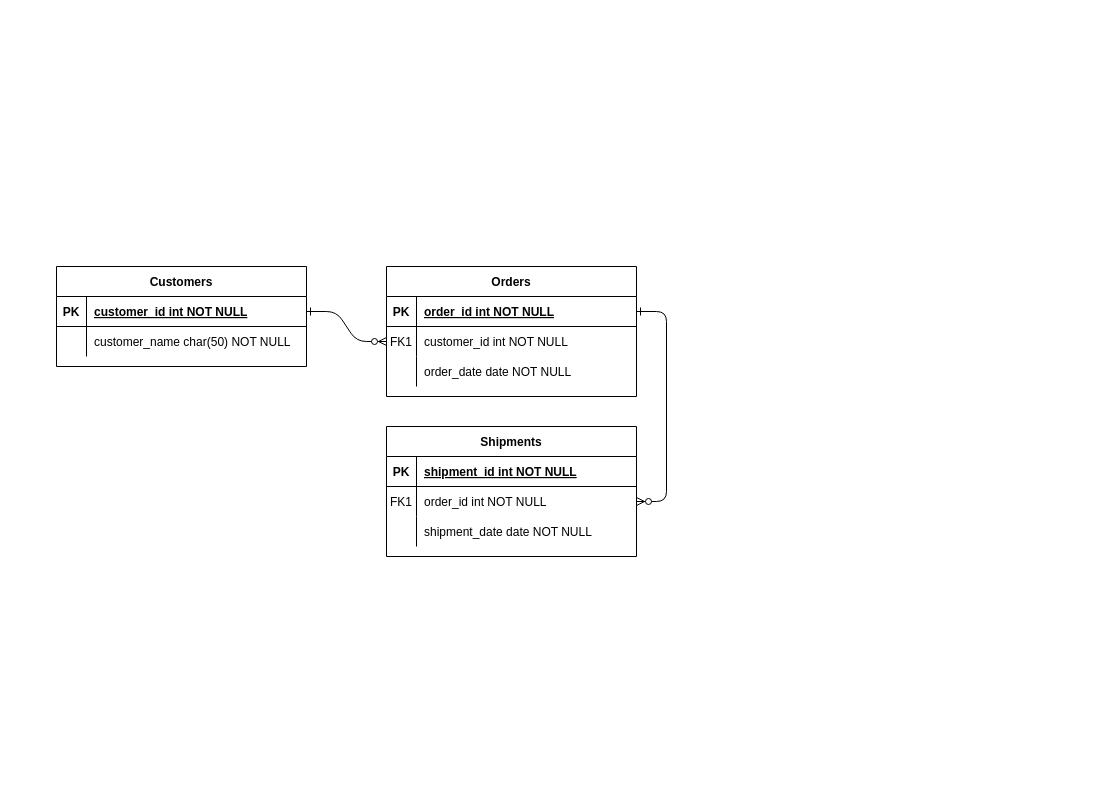
Earlier version of the draw.io diagram server/Untitled Diagram.drawio (xi-jjun/baekjoon-recommender). Source tidied: cells renumbered, new cells numbered last; positions are measured from the earlier drawing's top-left corner, leaving out a move shared by most shapes. Both pictures are drawn from the tidied source at 100%, with x=0, y=0 at pixel (56, 266).
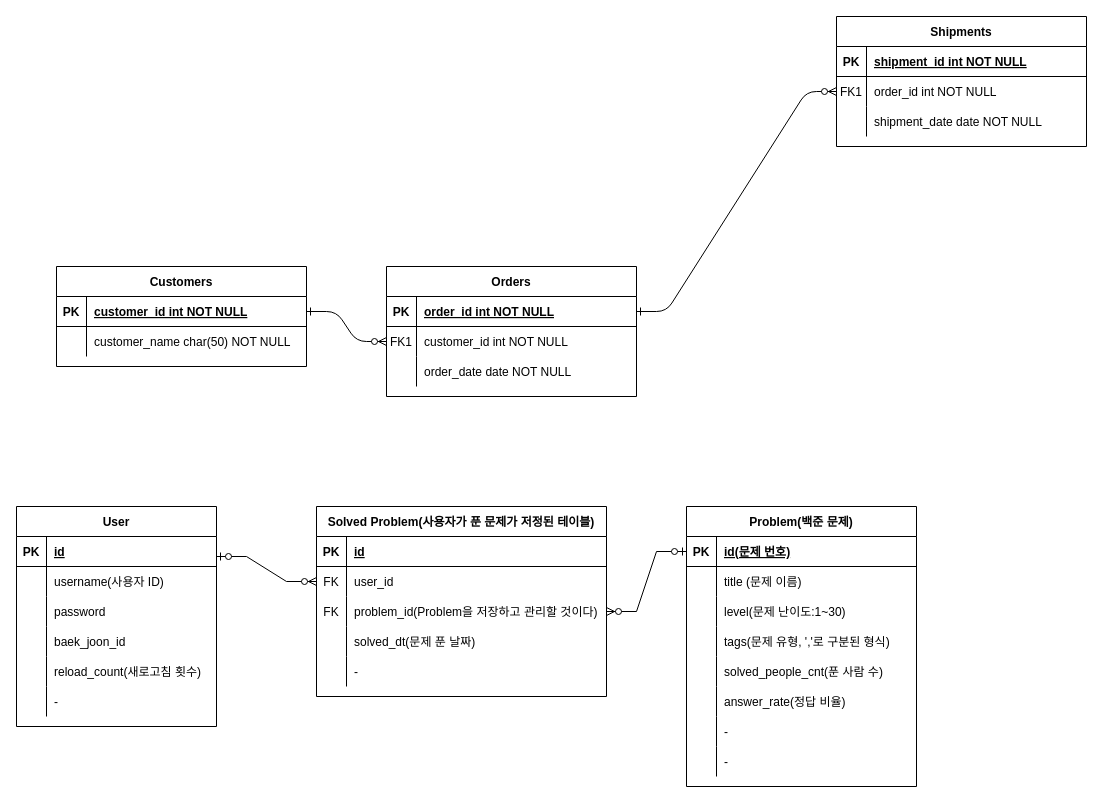
Above is the later version.

Commit message:
[추가] User, Problem, Solved_Problem Entity table 추가

Diff of the diagram source:
```diff
@@
     <mxCell id="14" value="Shipments" style="shape=table;startSize=30;childLayout=tableLayout;rowLines=0;fontStyle=1;align=center;" parent="1" vertex="1">
-      <mxGeometry x="330" y="160" width="250" height="130" as="geometry" />
+      <mxGeometry x="780" y="-250" width="250" height="130" as="geometry" />
     </mxCell>
@@
+    <mxCell id="31" value="User" style="shape=table;startSize=30;childLayout=tableLayout;rowLines=0;fontStyle=1;align=center;" parent="1" vertex="1">
+      <mxGeometry x="-40" y="240" width="200" height="220" as="geometry" />
+    </mxCell>
+    <mxCell id="32" style="shape=tableRow;horizontal=0;startSize=0;swimlaneHead=0;swimlaneBody=0;fillColor=none;top=0;left=0;right=0;bottom=1;" parent="31" vertex="1">
+      <mxGeometry y="30" width="200" height="30" as="geometry" />
+    </mxCell>
+    <mxCell id="33" value="PK" style="shape=partialRectangle;fillColor=none;top=0;left=0;bottom=0;right=0;fontStyle=1;overflow=hidden;" parent="32" vertex="1">
+      <mxGeometry width="30" height="30" as="geometry" />
+    </mxCell>
+    <mxCell id="34" value="id" style="shape=partialRectangle;fillColor=none;top=0;left=0;bottom=0;right=0;align=left;spacingLeft=6;fontStyle=5;overflow=hidden;" parent="32" vertex="1">
+      <mxGeometry x="30" width="170" height="30" as="geometry" />
+    </mxCell>
+    <mxCell id="35" style="shape=tableRow;horizontal=0;startSize=0;swimlaneHead=0;swimlaneBody=0;fillColor=none;top=0;left=0;right=0;bottom=0;" parent="31" vertex="1">
+      <mxGeometry y="60" width="200" height="30" as="geometry" />
+    </mxCell>
+    <mxCell id="36" style="shape=partialRectangle;fillColor=none;top=0;left=0;bottom=0;right=0;overflow=hidden;" parent="35" vertex="1">
+      <mxGeometry width="30" height="30" as="geometry" />
+    </mxCell>
+    <mxCell id="37" value="username(사용자 ID)" style="shape=partialRectangle;fillColor=none;top=0;left=0;bottom=0;right=0;align=left;spacingLeft=6;overflow=hidden;" parent="35" vertex="1">
+      <mxGeometry x="30" width="170" height="30" as="geometry" />
+    </mxCell>
+    <mxCell id="38" style="shape=tableRow;horizontal=0;startSize=0;swimlaneHead=0;swimlaneBody=0;fillColor=none;top=0;left=0;right=0;bottom=0;" parent="31" vertex="1">
+      <mxGeometry y="90" width="200" height="30" as="geometry" />
+    </mxCell>
+    <mxCell id="39" style="shape=partialRectangle;fillColor=none;top=0;left=0;bottom=0;right=0;overflow=hidden;" parent="38" vertex="1">
+      <mxGeometry width="30" height="30" as="geometry" />
+    </mxCell>
+    <mxCell id="40" value="password" style="shape=partialRectangle;fillColor=none;top=0;left=0;bottom=0;right=0;align=left;spacingLeft=6;overflow=hidden;" parent="38" vertex="1">
+      <mxGeometry x="30" width="170" height="30" as="geometry" />
+    </mxCell>
+    <mxCell id="41" style="shape=tableRow;horizontal=0;startSize=0;swimlaneHead=0;swimlaneBody=0;fillColor=none;top=0;left=0;right=0;bottom=0;" parent="31" vertex="1">
+      <mxGeometry y="120" width="200" height="30" as="geometry" />
+    </mxCell>
+    <mxCell id="42" style="shape=partialRectangle;fillColor=none;top=0;left=0;bottom=0;right=0;overflow=hidden;" parent="41" vertex="1">
+      <mxGeometry width="30" height="30" as="geometry" />
+    </mxCell>
+    <mxCell id="43" value="baek_joon_id" style="shape=partialRectangle;fillColor=none;top=0;left=0;bottom=0;right=0;align=left;spacingLeft=6;overflow=hidden;" parent="41" vertex="1">
+      <mxGeometry x="30" width="170" height="30" as="geometry" />
+    </mxCell>
+    <mxCell id="44" style="shape=tableRow;horizontal=0;startSize=0;swimlaneHead=0;swimlaneBody=0;fillColor=none;top=0;left=0;right=0;bottom=0;" parent="31" vertex="1">
+      <mxGeometry y="150" width="200" height="30" as="geometry" />
+    </mxCell>
+    <mxCell id="45" style="shape=partialRectangle;fillColor=none;top=0;left=0;bottom=0;right=0;overflow=hidden;" parent="44" vertex="1">
+      <mxGeometry width="30" height="30" as="geometry" />
+    </mxCell>
+    <mxCell id="46" value="reload_count(새로고침 횟수)" style="shape=partialRectangle;fillColor=none;top=0;left=0;bottom=0;right=0;align=left;spacingLeft=6;overflow=hidden;" parent="44" vertex="1">
+      <mxGeometry x="30" width="170" height="30" as="geometry" />
+    </mxCell>
+    <mxCell id="47" style="shape=tableRow;horizontal=0;startSize=0;swimlaneHead=0;swimlaneBody=0;fillColor=none;top=0;left=0;right=0;bottom=0;" parent="31" vertex="1">
+      <mxGeometry y="180" width="200" height="30" as="geometry" />
+    </mxCell>
+    <mxCell id="48" style="shape=partialRectangle;fillColor=none;top=0;left=0;bottom=0;right=0;overflow=hidden;" parent="47" vertex="1">
+      <mxGeometry width="30" height="30" as="geometry" />
+    </mxCell>
+    <mxCell id="49" value="-" style="shape=partialRectangle;fillColor=none;top=0;left=0;bottom=0;right=0;align=left;spacingLeft=6;overflow=hidden;" parent="47" vertex="1">
+      <mxGeometry x="30" width="170" height="30" as="geometry" />
+    </mxCell>
+    <mxCell id="50" value="Problem(백준 문제)" style="shape=table;startSize=30;childLayout=tableLayout;rowLines=0;fontStyle=1;align=center;" parent="1" vertex="1">
+      <mxGeometry x="630" y="240" width="230" height="280" as="geometry" />
+    </mxCell>
+    <mxCell id="51" style="shape=tableRow;horizontal=0;startSize=0;swimlaneHead=0;swimlaneBody=0;fillColor=none;points=[[0,0.5],[1,0.5]];portConstraint=eastwest;top=0;left=0;right=0;bottom=1;" parent="50" vertex="1">
+      <mxGeometry y="30" width="230" height="30" as="geometry" />
+    </mxCell>
+    <mxCell id="52" value="PK" style="shape=partialRectangle;fillColor=none;top=0;left=0;bottom=0;right=0;fontStyle=1;overflow=hidden;" parent="51" vertex="1">
+      <mxGeometry width="30" height="30" as="geometry" />
+    </mxCell>
+    <mxCell id="53" value="id(문제 번호)" style="shape=partialRectangle;fillColor=none;top=0;left=0;bottom=0;right=0;align=left;spacingLeft=6;fontStyle=5;overflow=hidden;" parent="51" vertex="1">
+      <mxGeometry x="30" width="200" height="30" as="geometry" />
+    </mxCell>
+    <mxCell id="54" style="shape=tableRow;horizontal=0;startSize=0;swimlaneHead=0;swimlaneBody=0;fillColor=none;top=0;left=0;right=0;bottom=0;" parent="50" vertex="1">
+      <mxGeometry y="60" width="230" height="30" as="geometry" />
+    </mxCell>
+    <mxCell id="55" style="shape=partialRectangle;fillColor=none;top=0;left=0;bottom=0;right=0;overflow=hidden;" parent="54" vertex="1">
+      <mxGeometry width="30" height="30" as="geometry" />
+    </mxCell>
+    <mxCell id="56" value="title (문제 이름)" style="shape=partialRectangle;fillColor=none;top=0;left=0;bottom=0;right=0;align=left;spacingLeft=6;overflow=hidden;" parent="54" vertex="1">
+      <mxGeometry x="30" width="200" height="30" as="geometry" />
+    </mxCell>
+    <mxCell id="57" style="shape=tableRow;horizontal=0;startSize=0;swimlaneHead=0;swimlaneBody=0;fillColor=none;top=0;left=0;right=0;bottom=0;" parent="50" vertex="1">
+      <mxGeometry y="90" width="230" height="30" as="geometry" />
+    </mxCell>
+    <mxCell id="58" style="shape=partialRectangle;fillColor=none;top=0;left=0;bottom=0;right=0;overflow=hidden;" parent="57" vertex="1">
+      <mxGeometry width="30" height="30" as="geometry" />
+    </mxCell>
+    <mxCell id="59" value="level(문제 난이도:1~30)" style="shape=partialRectangle;fillColor=none;top=0;left=0;bottom=0;right=0;align=left;spacingLeft=6;overflow=hidden;" parent="57" vertex="1">
+      <mxGeometry x="30" width="200" height="30" as="geometry" />
+    </mxCell>
+    <mxCell id="60" style="shape=tableRow;horizontal=0;startSize=0;swimlaneHead=0;swimlaneBody=0;fillColor=none;top=0;left=0;right=0;bottom=0;" parent="50" vertex="1">
+      <mxGeometry y="120" width="230" height="30" as="geometry" />
+    </mxCell>
+    <mxCell id="61" style="shape=partialRectangle;fillColor=none;top=0;left=0;bottom=0;right=0;overflow=hidden;" parent="60" vertex="1">
+      <mxGeometry width="30" height="30" as="geometry" />
+    </mxCell>
+    <mxCell id="62" value="tags(문제 유형, ','로 구분된 형식)" style="shape=partialRectangle;fillColor=none;top=0;left=0;bottom=0;right=0;align=left;spacingLeft=6;overflow=hidden;" parent="60" vertex="1">
+      <mxGeometry x="30" width="200" height="30" as="geometry" />
+    </mxCell>
+    <mxCell id="63" style="shape=tableRow;horizontal=0;startSize=0;swimlaneHead=0;swimlaneBody=0;fillColor=none;top=0;left=0;right=0;bottom=0;" parent="50" vertex="1">
+      <mxGeometry y="150" width="230" height="30" as="geometry" />
+    </mxCell>
+    <mxCell id="64" style="shape=partialRectangle;fillColor=none;top=0;left=0;bottom=0;right=0;overflow=hidden;" parent="63" vertex="1">
+      <mxGeometry width="30" height="30" as="geometry" />
+    </mxCell>
+    <mxCell id="65" value="solved_people_cnt(푼 사람 수)" style="shape=partialRectangle;fillColor=none;top=0;left=0;bottom=0;right=0;align=left;spacingLeft=6;overflow=hidden;" parent="63" vertex="1">
+      <mxGeometry x="30" width="200" height="30" as="geometry" />
+    </mxCell>
+    <mxCell id="66" style="shape=tableRow;horizontal=0;startSize=0;swimlaneHead=0;swimlaneBody=0;fillColor=none;top=0;left=0;right=0;bottom=0;" parent="50" vertex="1">
+      <mxGeometry y="180" width="230" height="30" as="geometry" />
+    </mxCell>
+    <mxCell id="67" style="shape=partialRectangle;fillColor=none;top=0;left=0;bottom=0;right=0;overflow=hidden;" parent="66" vertex="1">
+      <mxGeometry width="30" height="30" as="geometry" />
+    </mxCell>
+    <mxCell id="68" value="answer_rate(정답 비율)" style="shape=partialRectangle;fillColor=none;top=0;left=0;bottom=0;right=0;align=left;spacingLeft=6;overflow=hidden;" parent="66" vertex="1">
+      <mxGeometry x="30" width="200" height="30" as="geometry" />
+    </mxCell>
+    <mxCell id="69" style="shape=tableRow;horizontal=0;startSize=0;swimlaneHead=0;swimlaneBody=0;fillColor=none;top=0;left=0;right=0;bottom=0;" parent="50" vertex="1">
+      <mxGeometry y="210" width="230" height="30" as="geometry" />
+    </mxCell>
+    <mxCell id="70" style="shape=partialRectangle;fillColor=none;top=0;left=0;bottom=0;right=0;overflow=hidden;" parent="69" vertex="1">
+      <mxGeometry width="30" height="30" as="geometry" />
+    </mxCell>
+    <mxCell id="71" value="-" style="shape=partialRectangle;fillColor=none;top=0;left=0;bottom=0;right=0;align=left;spacingLeft=6;overflow=hidden;" parent="69" vertex="1">
+      <mxGeometry x="30" width="200" height="30" as="geometry" />
+    </mxCell>
+    <mxCell id="72" style="shape=tableRow;horizontal=0;startSize=0;swimlaneHead=0;swimlaneBody=0;fillColor=none;top=0;left=0;right=0;bottom=0;" parent="50" vertex="1">
+      <mxGeometry y="240" width="230" height="30" as="geometry" />
+    </mxCell>
+    <mxCell id="73" style="shape=partialRectangle;fillColor=none;top=0;left=0;bottom=0;right=0;overflow=hidden;" parent="72" vertex="1">
+      <mxGeometry width="30" height="30" as="geometry" />
+    </mxCell>
+    <mxCell id="74" value="-" style="shape=partialRectangle;fillColor=none;top=0;left=0;bottom=0;right=0;align=left;spacingLeft=6;overflow=hidden;" parent="72" vertex="1">
+      <mxGeometry x="30" width="200" height="30" as="geometry" />
+    </mxCell>
+    <mxCell id="75" value="Solved Problem(사용자가 푼 문제가 저정된 테이블)" style="shape=table;startSize=30;childLayout=tableLayout;rowLines=0;fontStyle=1;align=center;" parent="1" vertex="1">
+      <mxGeometry x="260" y="240" width="290" height="190" as="geometry" />
+    </mxCell>
+    <mxCell id="76" style="shape=tableRow;horizontal=0;startSize=0;swimlaneHead=0;swimlaneBody=0;fillColor=none;top=0;left=0;right=0;bottom=1;" parent="75" vertex="1">
+      <mxGeometry y="30" width="290" height="30" as="geometry" />
+    </mxCell>
+    <mxCell id="77" value="PK" style="shape=partialRectangle;fillColor=none;top=0;left=0;bottom=0;right=0;fontStyle=1;overflow=hidden;" parent="76" vertex="1">
+      <mxGeometry width="30" height="30" as="geometry" />
+    </mxCell>
+    <mxCell id="78" value="id" style="shape=partialRectangle;fillColor=none;top=0;left=0;bottom=0;right=0;align=left;spacingLeft=6;fontStyle=5;overflow=hidden;" parent="76" vertex="1">
+      <mxGeometry x="30" width="260" height="30" as="geometry" />
+    </mxCell>
+    <mxCell id="79" style="shape=tableRow;horizontal=0;startSize=0;swimlaneHead=0;swimlaneBody=0;fillColor=none;points=[[0,0.5],[1,0.5]];portConstraint=eastwest;top=0;left=0;right=0;bottom=0;" parent="75" vertex="1">
+      <mxGeometry y="60" width="290" height="30" as="geometry" />
+    </mxCell>
+    <mxCell id="80" value="FK" style="shape=partialRectangle;fillColor=none;top=0;left=0;bottom=0;right=0;overflow=hidden;" parent="79" vertex="1">
+      <mxGeometry width="30" height="30" as="geometry" />
+    </mxCell>
+    <mxCell id="81" value="user_id" style="shape=partialRectangle;fillColor=none;top=0;left=0;bottom=0;right=0;align=left;spacingLeft=6;overflow=hidden;" parent="79" vertex="1">
+      <mxGeometry x="30" width="260" height="30" as="geometry" />
+    </mxCell>
+    <mxCell id="82" style="shape=tableRow;horizontal=0;startSize=0;swimlaneHead=0;swimlaneBody=0;fillColor=none;points=[[0,0.5],[1,0.5]];portConstraint=eastwest;top=0;left=0;right=0;bottom=0;" parent="75" vertex="1">
+      <mxGeometry y="90" width="290" height="30" as="geometry" />
+    </mxCell>
+    <mxCell id="83" value="FK" style="shape=partialRectangle;fillColor=none;top=0;left=0;bottom=0;right=0;overflow=hidden;" parent="82" vertex="1">
+      <mxGeometry width="30" height="30" as="geometry" />
+    </mxCell>
+    <mxCell id="84" value="problem_id(Problem을 저장하고 관리할 것이다)" style="shape=partialRectangle;fillColor=none;top=0;left=0;bottom=0;right=0;align=left;spacingLeft=6;overflow=hidden;" parent="82" vertex="1">
+      <mxGeometry x="30" width="260" height="30" as="geometry" />
+    </mxCell>
+    <mxCell id="85" style="shape=tableRow;horizontal=0;startSize=0;swimlaneHead=0;swimlaneBody=0;fillColor=none;top=0;left=0;right=0;bottom=0;" parent="75" vertex="1">
+      <mxGeometry y="120" width="290" height="30" as="geometry" />
+    </mxCell>
+    <mxCell id="86" style="shape=partialRectangle;fillColor=none;top=0;left=0;bottom=0;right=0;overflow=hidden;" parent="85" vertex="1">
+      <mxGeometry width="30" height="30" as="geometry" />
+    </mxCell>
+    <mxCell id="87" value="solved_dt(문제 푼 날짜)" style="shape=partialRectangle;fillColor=none;top=0;left=0;bottom=0;right=0;align=left;spacingLeft=6;overflow=hidden;" parent="85" vertex="1">
+      <mxGeometry x="30" width="260" height="30" as="geometry" />
+    </mxCell>
+    <mxCell id="88" style="shape=tableRow;horizontal=0;startSize=0;swimlaneHead=0;swimlaneBody=0;fillColor=none;top=0;left=0;right=0;bottom=0;" parent="75" vertex="1">
+      <mxGeometry y="150" width="290" height="30" as="geometry" />
+    </mxCell>
+    <mxCell id="89" style="shape=partialRectangle;fillColor=none;top=0;left=0;bottom=0;right=0;overflow=hidden;" parent="88" vertex="1">
+      <mxGeometry width="30" height="30" as="geometry" />
+    </mxCell>
+    <mxCell id="90" value="-" style="shape=partialRectangle;fillColor=none;top=0;left=0;bottom=0;right=0;align=left;spacingLeft=6;overflow=hidden;" parent="88" vertex="1">
+      <mxGeometry x="30" width="260" height="30" as="geometry" />
+    </mxCell>
+    <mxCell id="91" style="edgeStyle=entityRelationEdgeStyle;fontSize=12;html=1;endArrow=ERzeroToMany;startArrow=ERzeroToOne;rounded=0;entryX=0;entryY=0.5;entryDx=0;entryDy=0;" parent="1" edge="1" target="79">
+      <mxGeometry relative="1" as="geometry">
+        <mxPoint x="160" y="290" as="sourcePoint" />
+      </mxGeometry>
+    </mxCell>
+    <mxCell id="92" style="edgeStyle=entityRelationEdgeStyle;fontSize=12;html=1;endArrow=ERzeroToMany;startArrow=ERzeroToOne;rounded=0;entryX=1;entryY=0.5;entryDx=0;entryDy=0;exitX=0;exitY=0.5;exitDx=0;exitDy=0;" parent="1" edge="1" source="51" target="82">
+      <mxGeometry relative="1" as="geometry" />
+    </mxCell>
```
